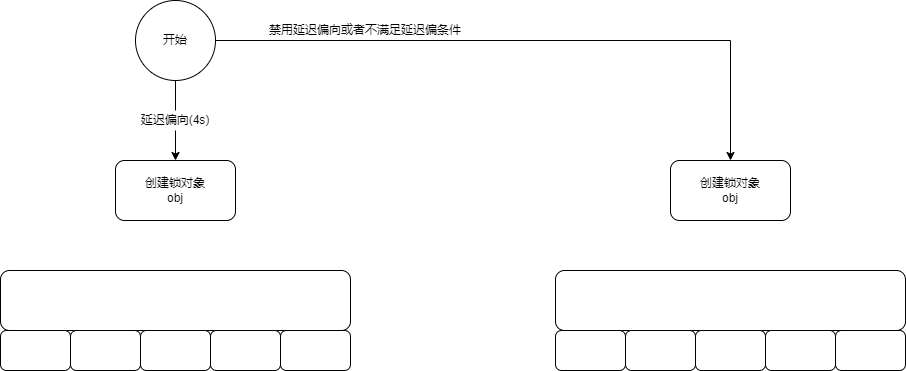
The draw.io diagram 多线程与高并发/synchronized.png in LePeitiPrince/note-picture, before a commit. Source tidied: cells renumbered, new cells last; positions are measured from the earlier drawing's top-left corner, leaving out a move shared by most shapes.
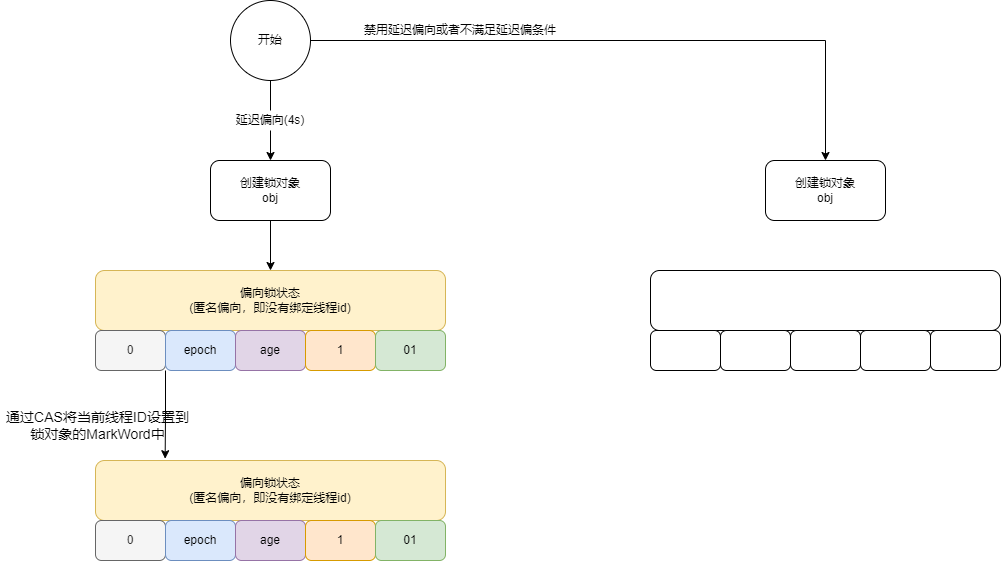
The same file after the commit.

What changed in the source:
```diff
@@ -13,6 +13,9 @@
     <mxCell id="4" value="开始" style="ellipse;whiteSpace=wrap;html=1;" parent="1" vertex="1">
       <mxGeometry x="135" width="80" height="80" as="geometry" />
     </mxCell>
+    <mxCell id="22" style="edgeStyle=orthogonalEdgeStyle;rounded=0;jettySize=auto;html=1;exitX=0.5;exitY=1;exitDx=0;exitDy=0;entryX=0.5;entryY=0;entryDx=0;entryDy=0;" parent="1" edge="1" source="5" target="10">
+      <mxGeometry relative="1" as="geometry" />
+    </mxCell>
     <mxCell id="5" value="创建锁对象&lt;br&gt;obj" style="rounded=1;whiteSpace=wrap;html=1;" parent="1" vertex="1">
       <mxGeometry x="115" y="160" width="120" height="60" as="geometry" />
     </mxCell>
@@ -28,22 +31,25 @@
     <mxCell id="9" value="创建锁对象&lt;br&gt;obj" style="rounded=1;whiteSpace=wrap;html=1;" parent="1" vertex="1">
       <mxGeometry x="670" y="160" width="120" height="60" as="geometry" />
     </mxCell>
-    <mxCell id="10" style="rounded=1;whiteSpace=wrap;html=1;" parent="1" vertex="1">
+    <mxCell id="10" value="偏向锁状态&lt;br&gt;(匿名偏向，即没有绑定线程id)" style="rounded=1;whiteSpace=wrap;html=1;fillColor=#fff2cc;strokeColor=#d6b656;" parent="1" vertex="1">
       <mxGeometry y="270" width="350" height="60" as="geometry" />
     </mxCell>
+    <mxCell id="23" style="edgeStyle=orthogonalEdgeStyle;rounded=0;jettySize=auto;html=1;exitX=1;exitY=1;exitDx=0;exitDy=0;entryX=0.199;entryY=-0.03;entryDx=0;entryDy=0;entryPerimeter=0;" parent="1" edge="1" source="11" target="24">
+      <mxGeometry relative="1" as="geometry" />
+    </mxCell>
-    <mxCell id="11" style="rounded=1;whiteSpace=wrap;html=1;" parent="1" vertex="1">
+    <mxCell id="11" value="0" style="rounded=1;whiteSpace=wrap;html=1;fillColor=#f5f5f5;fontColor=#333333;strokeColor=#666666;" parent="1" vertex="1">
       <mxGeometry y="330" width="70" height="40" as="geometry" />
     </mxCell>
-    <mxCell id="12" style="rounded=1;whiteSpace=wrap;html=1;" parent="1" vertex="1">
+    <mxCell id="12" value="epoch" style="rounded=1;whiteSpace=wrap;html=1;fillColor=#dae8fc;strokeColor=#6c8ebf;" parent="1" vertex="1">
       <mxGeometry x="70" y="330" width="70" height="40" as="geometry" />
     </mxCell>
-    <mxCell id="13" style="rounded=1;whiteSpace=wrap;html=1;" parent="1" vertex="1">
+    <mxCell id="13" value="age" style="rounded=1;whiteSpace=wrap;html=1;fillColor=#e1d5e7;strokeColor=#9673a6;" parent="1" vertex="1">
       <mxGeometry x="140" y="330" width="70" height="40" as="geometry" />
     </mxCell>
-    <mxCell id="14" style="rounded=1;whiteSpace=wrap;html=1;" parent="1" vertex="1">
+    <mxCell id="14" value="1" style="rounded=1;whiteSpace=wrap;html=1;fillColor=#ffe6cc;strokeColor=#d79b00;" parent="1" vertex="1">
       <mxGeometry x="210" y="330" width="70" height="40" as="geometry" />
     </mxCell>
-    <mxCell id="15" style="rounded=1;whiteSpace=wrap;html=1;" parent="1" vertex="1">
+    <mxCell id="15" value="01" style="rounded=1;whiteSpace=wrap;html=1;fillColor=#d5e8d4;strokeColor=#82b366;" parent="1" vertex="1">
       <mxGeometry x="280" y="330" width="70" height="40" as="geometry" />
     </mxCell>
     <mxCell id="16" style="rounded=1;whiteSpace=wrap;html=1;" parent="1" vertex="1">
@@ -64,5 +70,26 @@
     <mxCell id="21" style="rounded=1;whiteSpace=wrap;html=1;" parent="1" vertex="1">
       <mxGeometry x="835" y="330" width="70" height="40" as="geometry" />
     </mxCell>
+    <mxCell id="24" value="偏向锁状态&lt;br&gt;(匿名偏向，即没有绑定线程id)" style="rounded=1;whiteSpace=wrap;html=1;fillColor=#fff2cc;strokeColor=#d6b656;" parent="1" vertex="1">
+      <mxGeometry y="460" width="350" height="60" as="geometry" />
+    </mxCell>
+    <mxCell id="25" value="0" style="rounded=1;whiteSpace=wrap;html=1;fillColor=#f5f5f5;fontColor=#333333;strokeColor=#666666;" parent="1" vertex="1">
+      <mxGeometry y="520" width="70" height="40" as="geometry" />
+    </mxCell>
+    <mxCell id="26" value="epoch" style="rounded=1;whiteSpace=wrap;html=1;fillColor=#dae8fc;strokeColor=#6c8ebf;" parent="1" vertex="1">
+      <mxGeometry x="70" y="520" width="70" height="40" as="geometry" />
+    </mxCell>
+    <mxCell id="27" value="age" style="rounded=1;whiteSpace=wrap;html=1;fillColor=#e1d5e7;strokeColor=#9673a6;" parent="1" vertex="1">
+      <mxGeometry x="140" y="520" width="70" height="40" as="geometry" />
+    </mxCell>
+    <mxCell id="28" value="1" style="rounded=1;whiteSpace=wrap;html=1;fillColor=#ffe6cc;strokeColor=#d79b00;" parent="1" vertex="1">
+      <mxGeometry x="210" y="520" width="70" height="40" as="geometry" />
+    </mxCell>
+    <mxCell id="29" value="01" style="rounded=1;whiteSpace=wrap;html=1;fillColor=#d5e8d4;strokeColor=#82b366;" parent="1" vertex="1">
+      <mxGeometry x="280" y="520" width="70" height="40" as="geometry" />
+    </mxCell>
+    <mxCell id="30" value="&lt;font style=&quot;font-size: 14px&quot;&gt;通过CAS将当前线程ID设置到锁对象的MarkWord中&lt;/font&gt;" style="text;html=1;strokeColor=none;fillColor=none;align=center;verticalAlign=middle;whiteSpace=wrap;rounded=0;" parent="1" vertex="1">
+      <mxGeometry x="-95" y="410" width="195" height="30" as="geometry" />
+    </mxCell>
   </root>
 </mxGraphModel>
```
